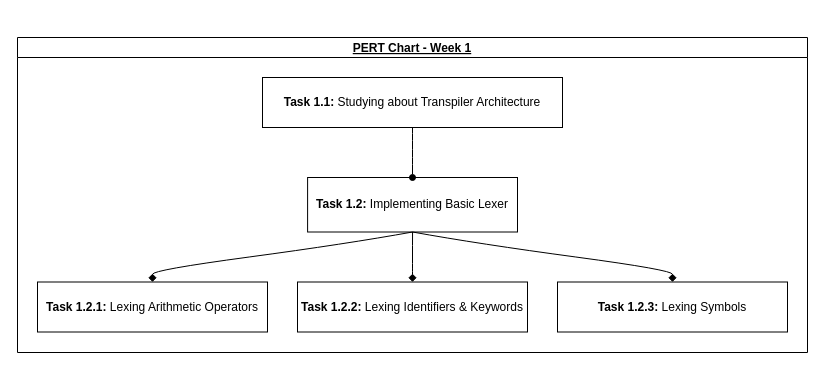
The draw.io diagram Drawio/NTCC_WEEK1.drawio in Altered-commits/Transpiler-in-Python, before the edit. Source tidied: cells renumbered, new cells numbered last; positions are measured from the earlier drawing's top-left corner, leaving out a move shared by most shapes. Both pictures are drawn from the tidied source at 100%, with x=0, y=0 at pixel (17, 37).
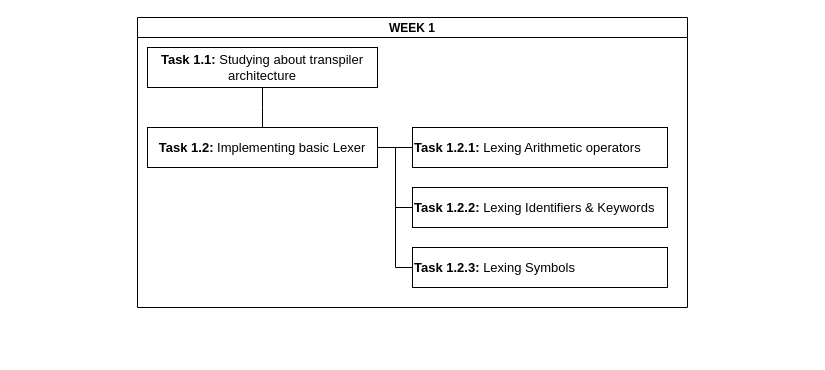
The same diagram, later.

Diff of the diagram source:
```diff
@@
 <mxGraphModel>
   <root>
     <mxCell id="0" />
     <mxCell id="1" parent="0" />
-    <mxCell id="2" value="PERT Chart - Week 1" style="swimlane;startSize=20;horizontal=1;flowOrientation=north;interRankCellSpacing=50;containerType=tree;fontSize=12;fontStyle=5;" parent="1" vertex="1">
-      <mxGeometry width="790" height="315" as="geometry" />
-    </mxCell>
-    <mxCell id="3" value="&lt;b&gt;&lt;font face=&quot;Helvetica&quot;&gt;Task 1.1:&lt;/font&gt;&lt;/b&gt; Studying about Transpiler Architecture" style="whiteSpace=wrap;html=1;" parent="2" vertex="1">
-      <mxGeometry x="245" y="40" width="300" height="50" as="geometry" />
-    </mxCell>
-    <mxCell id="4" value="&lt;b&gt;Task 1.2:&lt;/b&gt; Implementing Basic Lexer" style="whiteSpace=wrap;html=1;" parent="2" vertex="1">
-      <mxGeometry x="290.1" y="140" width="209.9" height="54.5" as="geometry" />
-    </mxCell>
-    <mxCell id="5" style="html=1;rounded=1;curved=0;sourcePerimeterSpacing=0;targetPerimeterSpacing=0;startSize=6;endSize=6;noEdgeStyle=1;orthogonal=1;endArrow=oval;endFill=1;" parent="2" edge="1" source="3" target="4">
-      <mxGeometry relative="1" as="geometry">
-        <Array as="points">
-          <mxPoint x="395" y="102" />
-          <mxPoint x="395" y="128" />
-        </Array>
-      </mxGeometry>
-    </mxCell>
-    <mxCell id="6" value="&lt;b&gt;Task 1.2.1:&lt;/b&gt; Lexing Arithmetic Operators" style="rounded=0;whiteSpace=wrap;html=1;" parent="2" vertex="1">
-      <mxGeometry x="20" y="244.5" width="230" height="50" as="geometry" />
-    </mxCell>
-    <mxCell id="7" style="edgeStyle=orthogonalEdgeStyle;rounded=0;jettySize=auto;html=1;exitX=0.5;exitY=1;exitDx=0;exitDy=0;entryX=0.5;entryY=0;entryDx=0;entryDy=0;noEdgeStyle=1;orthogonal=1;curved=1;endArrow=diamond;endFill=1;" parent="2" edge="1" source="4" target="6">
-      <mxGeometry relative="1" as="geometry">
-        <Array as="points">
-          <mxPoint x="328.4" y="206.5" />
-          <mxPoint x="135" y="232.5" />
-        </Array>
-      </mxGeometry>
-    </mxCell>
+    <mxCell id="12" value="WEEK 1" style="swimlane;startSize=20;horizontal=1;containerType=tree;" parent="1" vertex="1">
+      <mxGeometry x="120" y="-20" width="550" height="290" as="geometry" />
+    </mxCell>
+    <mxCell id="13" value="&lt;font style=&quot;font-size: 13px;&quot;&gt;&lt;b&gt;Task 1.1:&lt;/b&gt; Studying about transpiler architecture&lt;/font&gt;" style="whiteSpace=wrap;html=1;newEdgeStyle={&quot;edgeStyle&quot;:&quot;elbowEdgeStyle&quot;,&quot;startArrow&quot;:&quot;none&quot;,&quot;endArrow&quot;:&quot;none&quot;};" parent="12" vertex="1">
+      <mxGeometry x="10" y="30" width="230" height="40" as="geometry" />
+    </mxCell>
+    <mxCell id="14" style="edgeStyle=elbowEdgeStyle;rounded=0;jettySize=auto;html=1;startArrow=none;endArrow=none;exitX=1;exitY=0.5;exitDx=0;exitDy=0;" parent="12" edge="1" source="15" target="10">
+      <mxGeometry relative="1" as="geometry" />
+    </mxCell>
+    <mxCell id="15" value="&lt;font style=&quot;font-size: 13px;&quot;&gt;&lt;b&gt;Task 1.2:&lt;/b&gt; Implementing basic Lexer&lt;/font&gt;" style="whiteSpace=wrap;html=1;newEdgeStyle={&quot;edgeStyle&quot;:&quot;elbowEdgeStyle&quot;,&quot;startArrow&quot;:&quot;none&quot;,&quot;endArrow&quot;:&quot;none&quot;};" parent="12" vertex="1">
+      <mxGeometry x="10" y="110" width="230" height="40" as="geometry" />
+    </mxCell>
+    <mxCell id="16" style="edgeStyle=elbowEdgeStyle;elbow=vertical;sourcePerimeterSpacing=0;targetPerimeterSpacing=0;startArrow=none;endArrow=none;rounded=0;curved=0;" parent="12" edge="1" source="13" target="15">
+      <mxGeometry relative="1" as="geometry" />
+    </mxCell>
+    <mxCell id="10" value="&lt;font style=&quot;font-size: 13px;&quot;&gt;&lt;b&gt;Task 1.2.3:&lt;/b&gt; Lexing Symbols&lt;/font&gt;" style="whiteSpace=wrap;html=1;newEdgeStyle={&quot;edgeStyle&quot;:&quot;elbowEdgeStyle&quot;,&quot;startArrow&quot;:&quot;none&quot;,&quot;endArrow&quot;:&quot;none&quot;};align=left;" parent="12" vertex="1">
+      <mxGeometry x="275" y="230" width="255" height="40" as="geometry" />
+    </mxCell>
+    <mxCell id="17" value="&lt;div style=&quot;&quot;&gt;&lt;b style=&quot;font-size: 13px; background-color: initial;&quot;&gt;Task 1.2.1:&lt;/b&gt;&lt;span style=&quot;font-size: 13px; background-color: initial;&quot;&gt; Lexing Arithmetic operators&lt;/span&gt;&lt;/div&gt;" style="whiteSpace=wrap;html=1;newEdgeStyle={&quot;edgeStyle&quot;:&quot;elbowEdgeStyle&quot;,&quot;startArrow&quot;:&quot;none&quot;,&quot;endArrow&quot;:&quot;none&quot;};align=left;noLabel=0;" parent="12" vertex="1">
+      <mxGeometry x="275" y="110" width="255" height="40" as="geometry" />
+    </mxCell>
+    <mxCell id="18" style="edgeStyle=elbowEdgeStyle;rounded=0;jettySize=auto;html=1;startArrow=none;endArrow=none;exitX=1;exitY=0.5;exitDx=0;exitDy=0;entryX=0;entryY=0.5;entryDx=0;entryDy=0;" parent="12" edge="1" source="15" target="17">
+      <mxGeometry relative="1" as="geometry" />
+    </mxCell>
-    <mxCell id="8" value="&lt;b&gt;Task 1.2.2:&lt;/b&gt; Lexing Identifiers &amp;amp; Keywords" style="rounded=0;whiteSpace=wrap;html=1;" parent="2" vertex="1">
-      <mxGeometry x="280" y="244.5" width="230" height="50" as="geometry" />
+    <mxCell id="8" value="&lt;font style=&quot;font-size: 13px;&quot;&gt;&lt;b&gt;Task 1.2.2:&lt;/b&gt; Lexing Identifiers &amp;amp; Keywords&lt;/font&gt;" style="whiteSpace=wrap;html=1;newEdgeStyle={&quot;edgeStyle&quot;:&quot;elbowEdgeStyle&quot;,&quot;startArrow&quot;:&quot;none&quot;,&quot;endArrow&quot;:&quot;none&quot;};align=left;" parent="12" vertex="1">
+      <mxGeometry x="275" y="170" width="255" height="40" as="geometry" />
     </mxCell>
-    <mxCell id="9" style="edgeStyle=orthogonalEdgeStyle;rounded=0;jettySize=auto;html=1;exitX=0.5;exitY=1;exitDx=0;exitDy=0;entryX=0.5;entryY=0;entryDx=0;entryDy=0;noEdgeStyle=1;orthogonal=1;curved=1;endArrow=diamond;endFill=1;" parent="2" edge="1" source="4" target="8">
-      <mxGeometry relative="1" as="geometry">
-        <Array as="points">
-          <mxPoint x="395" y="208.5" />
-          <mxPoint x="395" y="232.5" />
-        </Array>
-      </mxGeometry>
-    </mxCell>
-    <mxCell id="10" value="&lt;div style=&quot;text-align: left;&quot;&gt;&lt;span style=&quot;background-color: initial;&quot;&gt;&lt;b&gt;Task 1.2.3:&lt;/b&gt; Lexing Symbols&lt;/span&gt;&lt;/div&gt;" style="rounded=0;whiteSpace=wrap;html=1;" parent="2" vertex="1">
-      <mxGeometry x="540" y="244.5" width="230" height="50" as="geometry" />
-    </mxCell>
-    <mxCell id="11" style="edgeStyle=orthogonalEdgeStyle;rounded=0;jettySize=auto;html=1;exitX=0.5;exitY=1;exitDx=0;exitDy=0;entryX=0.5;entryY=0;entryDx=0;entryDy=0;noEdgeStyle=1;orthogonal=1;curved=1;endArrow=diamond;endFill=1;" parent="2" edge="1" source="4" target="10">
-      <mxGeometry relative="1" as="geometry">
-        <Array as="points">
-          <mxPoint x="461.6" y="206.5" />
-          <mxPoint x="655" y="232.5" />
-        </Array>
-      </mxGeometry>
-    </mxCell>
+    <mxCell id="19" style="edgeStyle=elbowEdgeStyle;rounded=0;jettySize=auto;html=1;startArrow=none;endArrow=none;exitX=1;exitY=0.5;exitDx=0;exitDy=0;entryX=0;entryY=0.5;entryDx=0;entryDy=0;" parent="12" edge="1" source="15" target="8">
+      <mxGeometry relative="1" as="geometry" />
+    </mxCell>
   </root>
 </mxGraphModel>
```
